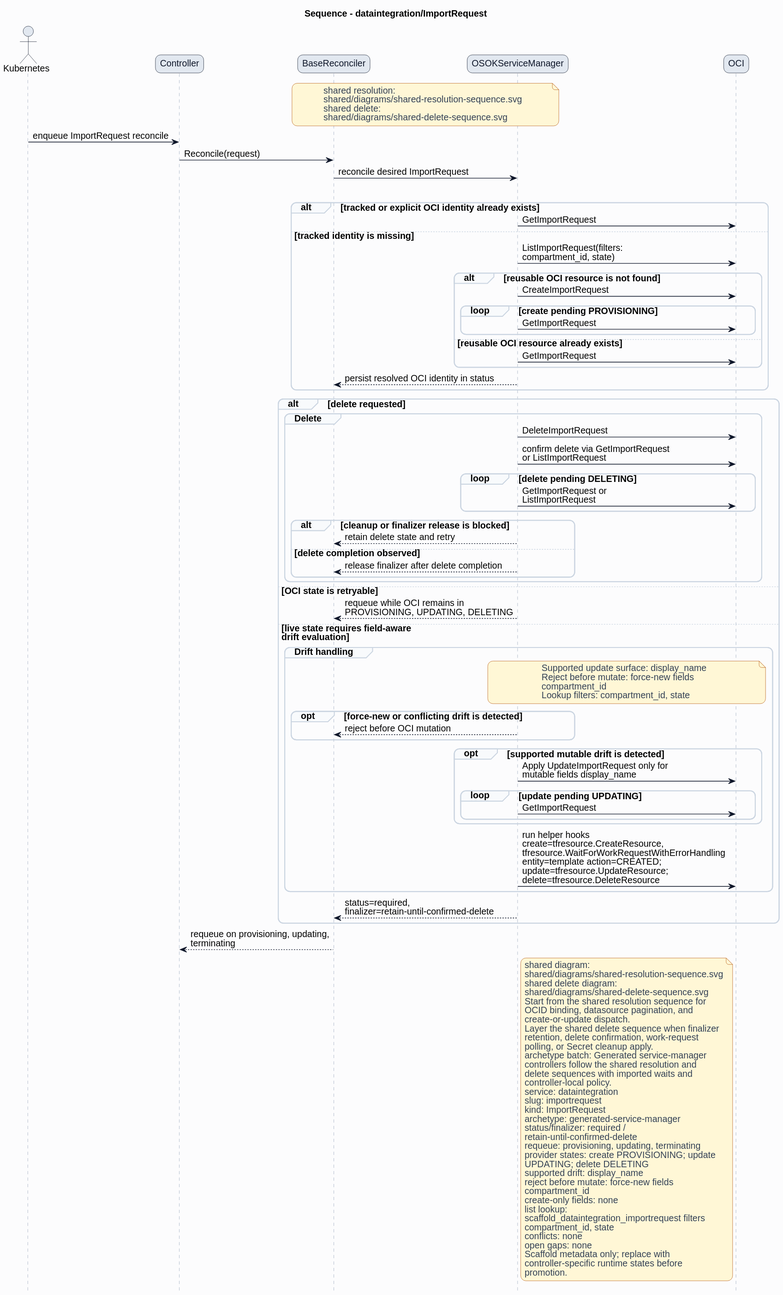
Above: formal/controllers/dataintegration/importrequest/diagrams/sequence.svg in HaoyL666/oci-service-operator (PlantUML), before the change.
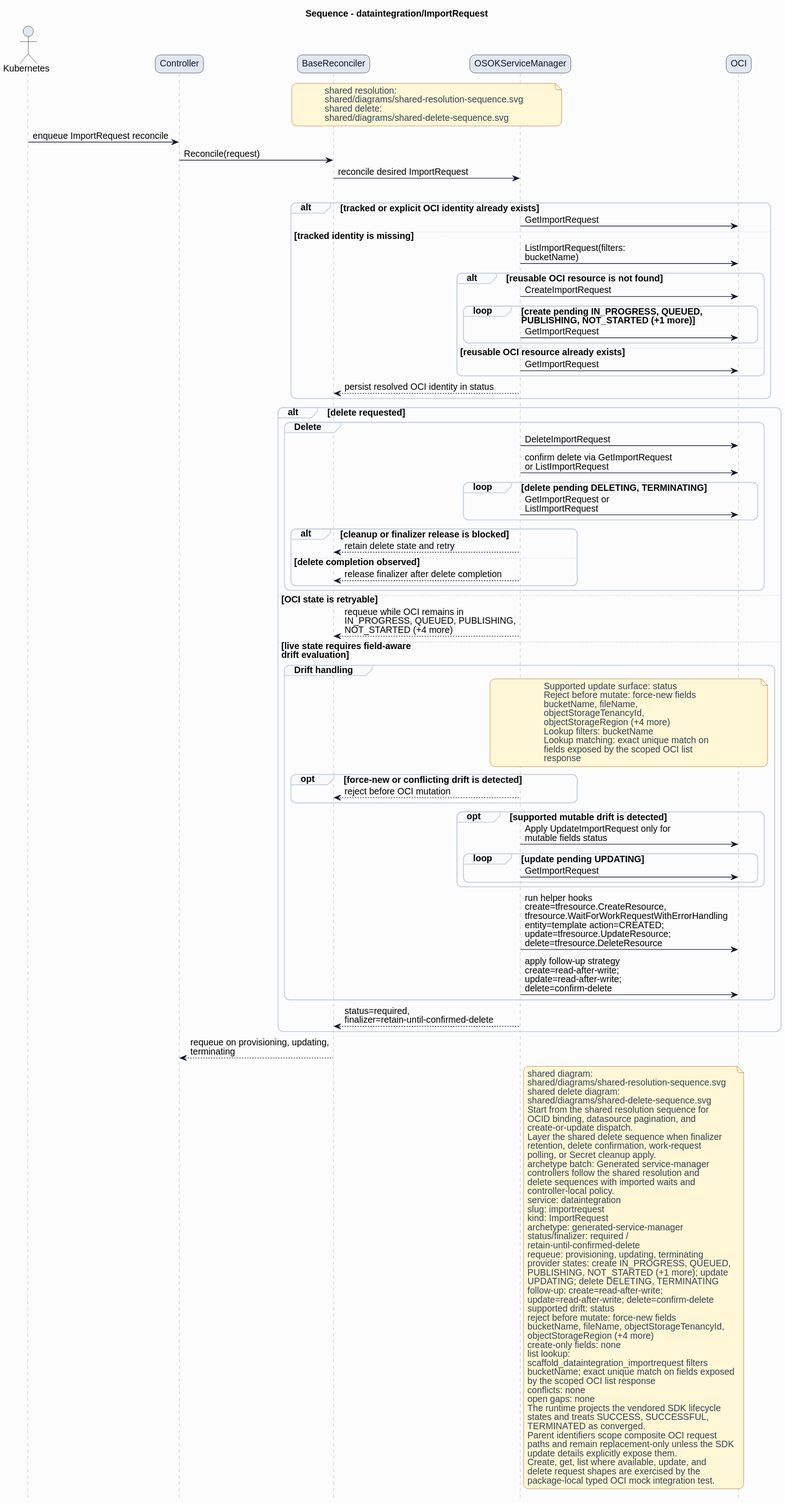
Later version of the same file.

Change to the diagram source:
```diff
@@ -38,10 +38,10 @@
 alt tracked or explicit OCI identity already exists
 ServiceManager -> OCI: GetImportRequest
 else tracked identity is missing
-ServiceManager -> OCI: ListImportRequest(filters:\ncompartment_id, state)
+ServiceManager -> OCI: ListImportRequest(filters:\nbucketName)
 alt reusable OCI resource is not found
 ServiceManager -> OCI: CreateImportRequest
-loop create pending PROVISIONING
+loop create pending IN_PROGRESS, QUEUED,\nPUBLISHING, NOT_STARTED (+1 more)
 ServiceManager -> OCI: GetImportRequest
 end
 else reusable OCI resource already exists
@@ -53,7 +53,7 @@
 group Delete
 ServiceManager -> OCI: DeleteImportRequest
 ServiceManager -> OCI: confirm delete via GetImportRequest\nor ListImportRequest
-loop delete pending DELETING
+loop delete pending DELETING, TERMINATING
 ServiceManager -> OCI: GetImportRequest or\nListImportRequest
 end
 alt cleanup or finalizer release is blocked
@@ -63,25 +63,31 @@
 end
 end
 else OCI state is retryable
-ServiceManager --> BaseReconciler: requeue while OCI remains in\nPROVISIONING, UPDATING, DELETING
+ServiceManager --> BaseReconciler: requeue while OCI remains in\nIN_PROGRESS, QUEUED, PUBLISHING,\nNOT_STARTED (+4 more)
 else live state requires field-aware\ndrift evaluation
 group Drift handling
 note over ServiceManager,OCI
-Supported update surface: display_name
+Supported update surface: status
 Reject before mutate: force-new fields
-compartment_id
-Lookup filters: compartment_id, state
+bucketName, fileName,
+objectStorageTenancyId,
+objectStorageRegion (+4 more)
+Lookup filters: bucketName
+Lookup matching: exact unique match on
+fields exposed by the scoped OCI list
+response
 end note
 opt force-new or conflicting drift is detected
 ServiceManager --> BaseReconciler: reject before OCI mutation
 end
 opt supported mutable drift is detected
-ServiceManager -> OCI: Apply UpdateImportRequest only for\nmutable fields display_name
+ServiceManager -> OCI: Apply UpdateImportRequest only for\nmutable fields status
 loop update pending UPDATING
 ServiceManager -> OCI: GetImportRequest
 end
 end
 ServiceManager -> OCI: run helper hooks\ncreate=tfresource.CreateResource,\ntfresource.WaitForWorkRequestWithErrorHandling\nentity=template action=CREATED;\nupdate=tfresource.UpdateResource;\ndelete=tfresource.DeleteResource
+ServiceManager -> OCI: apply follow-up strategy\ncreate=read-after-write;\nupdate=read-after-write;\ndelete=confirm-delete
 end
 ServiceManager --> BaseReconciler: status=required,\nfinalizer=retain-until-confirmed-delete
 end
@@ -108,19 +114,30 @@
 status/finalizer: required /
 retain-until-confirmed-delete
 requeue: provisioning, updating, terminating
-provider states: create PROVISIONING; update
-UPDATING; delete DELETING
-supported drift: display_name
+provider states: create IN_PROGRESS, QUEUED,
+PUBLISHING, NOT_STARTED (+1 more); update
+UPDATING; delete DELETING, TERMINATING
+follow-up: create=read-after-write;
+update=read-after-write; delete=confirm-delete
+supported drift: status
 reject before mutate: force-new fields
-compartment_id
+bucketName, fileName, objectStorageTenancyId,
+objectStorageRegion (+4 more)
 create-only fields: none
 list lookup:
 scaffold_dataintegration_importrequest filters
-compartment_id, state
+bucketName; exact unique match on fields exposed
+by the scoped OCI list response
 conflicts: none
 open gaps: none
-Scaffold metadata only; replace with
-controller-specific runtime states before
-promotion.
+The runtime projects the vendored SDK lifecycle
+states and treats SUCCESS, SUCCESSFUL,
+TERMINATED as converged.
+Parent identifiers scope composite OCI request
+paths and remain replacement-only unless the SDK
+update details explicitly expose them.
+Create, get, list where available, update, and
+delete request shapes are exercised by the
+package-local typed OCI mock integration test.
 end note
 @enduml
```
